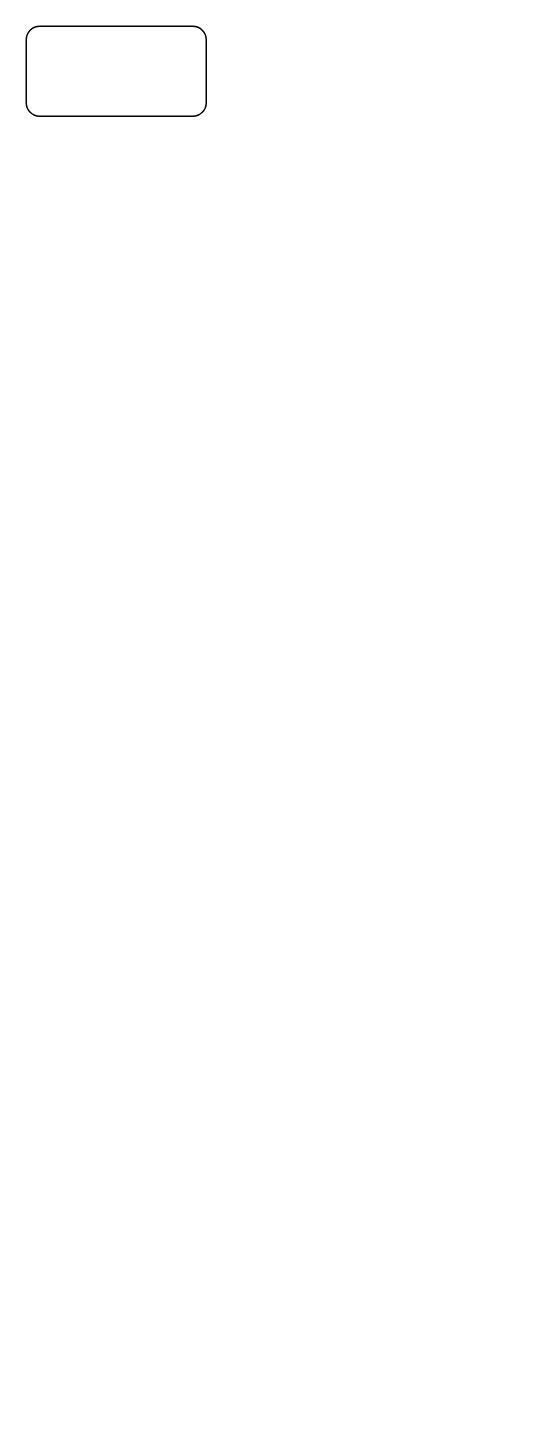
This is Project1.drawio from hellohumans1234321/Playground, a draw.io file, before an edit. Source tidied: cells renumbered, new cells numbered last; positions are measured from the earlier drawing's top-left corner, leaving out a move shared by most shapes. Both pictures are drawn from the tidied source at 150%, with x=0, y=0 at pixel (26, 26).
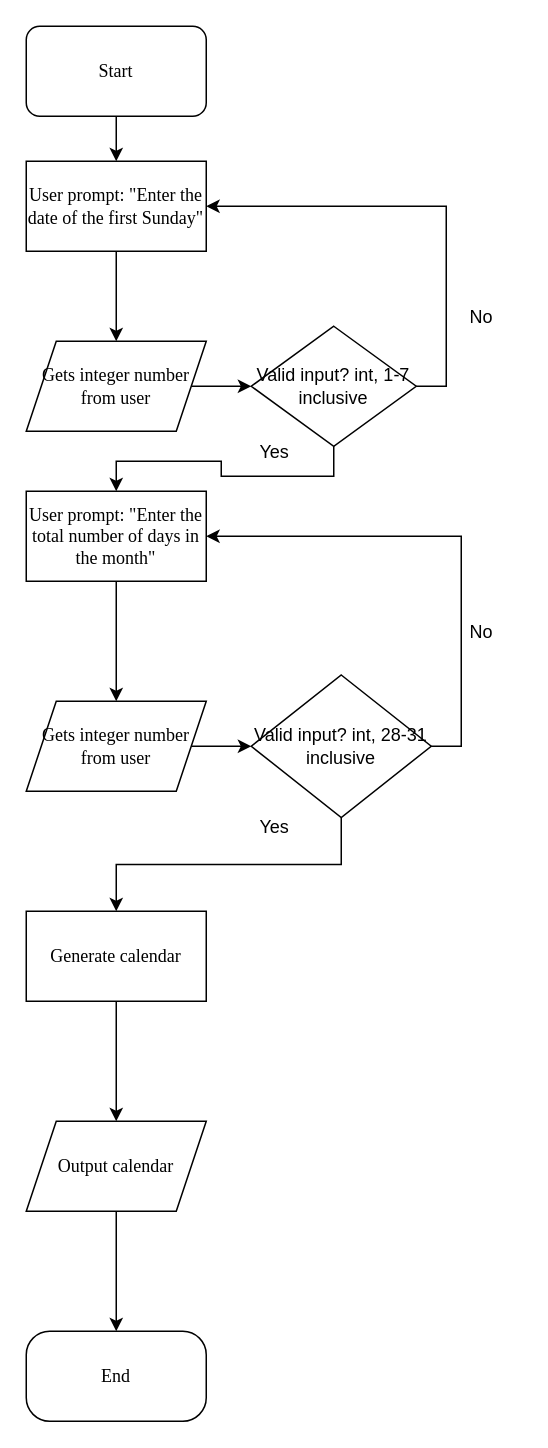
The same page after the edit.

The edit, as a diff of the source:
```diff
@@
+    <mxCell id="3" style="edgeStyle=orthogonalEdgeStyle;rounded=0;jettySize=auto;html=1;defaultLabelBackgroundColor=gap;" parent="1" edge="1" source="2" target="5">
+      <mxGeometry relative="1" as="geometry" />
+    </mxCell>
-    <mxCell id="2" style="rounded=1;whiteSpace=wrap;html=1;roundedPerimeter=1;" parent="1" vertex="1">
+    <mxCell id="2" value="&lt;font&gt;Start&lt;/font&gt;" style="rounded=1;whiteSpace=wrap;html=1;roundedPerimeter=1;fontFamily=Times New Roman;" parent="1" vertex="1">
       <mxGeometry width="120" height="60" as="geometry" />
     </mxCell>
+    <mxCell id="4" style="edgeStyle=orthogonalEdgeStyle;rounded=0;jettySize=auto;html=1;defaultLabelBackgroundColor=gap;" parent="1" edge="1" source="5" target="7">
+      <mxGeometry relative="1" as="geometry" />
+    </mxCell>
+    <mxCell id="5" value="User prompt: &quot;Enter the date of the first Sunday&quot;" style="whiteSpace=wrap;html=1;fontFamily=Times New Roman;rounded=1;roundedPerimeter=1;arcSize=0;" parent="1" vertex="1">
+      <mxGeometry y="90" width="120" height="60" as="geometry" />
+    </mxCell>
+    <mxCell id="6" style="edgeStyle=orthogonalEdgeStyle;rounded=0;jettySize=auto;html=1;defaultLabelBackgroundColor=gap;" parent="1" edge="1" source="7" target="14">
+      <mxGeometry relative="1" as="geometry" />
+    </mxCell>
+    <mxCell id="7" value="Gets integer number from user" style="shape=parallelogram;perimeter=parallelogramPerimeter;whiteSpace=wrap;html=1;shapeInside=1;fixedSize=1;fontFamily=Times New Roman;rounded=1;roundedPerimeter=1;arcSize=0;" parent="1" vertex="1">
+      <mxGeometry y="210" width="120" height="60" as="geometry" />
+    </mxCell>
+    <mxCell id="8" style="edgeStyle=orthogonalEdgeStyle;rounded=0;jettySize=auto;html=1;defaultLabelBackgroundColor=gap;" parent="1" edge="1" source="9" target="11">
+      <mxGeometry relative="1" as="geometry" />
+    </mxCell>
+    <mxCell id="9" value="User prompt: &quot;Enter the total number of days in the month&quot;" style="rounded=1;whiteSpace=wrap;html=1;fontFamily=Times New Roman;roundedPerimeter=1;arcSize=0;" parent="1" vertex="1">
+      <mxGeometry y="310" width="120" height="60" as="geometry" />
+    </mxCell>
+    <mxCell id="10" style="edgeStyle=orthogonalEdgeStyle;rounded=0;jettySize=auto;html=1;exitX=1;exitY=0.5;exitDx=0;exitDy=0;defaultLabelBackgroundColor=gap;" parent="1" edge="1" source="11" target="19">
+      <mxGeometry relative="1" as="geometry" />
+    </mxCell>
+    <mxCell id="11" value="Gets integer number from user" style="shape=parallelogram;perimeter=parallelogramPerimeter;whiteSpace=wrap;html=1;shapeInside=1;fixedSize=1;fontFamily=Times New Roman;rounded=1;roundedPerimeter=1;arcSize=0;" parent="1" vertex="1">
+      <mxGeometry y="450" width="120" height="60" as="geometry" />
+    </mxCell>
+    <mxCell id="12" style="edgeStyle=orthogonalEdgeStyle;rounded=0;jettySize=auto;html=1;exitX=0.5;exitY=1;exitDx=0;exitDy=0;entryX=0.5;entryY=0;entryDx=0;entryDy=0;defaultLabelBackgroundColor=gap;" parent="1" edge="1" source="14" target="9">
+      <mxGeometry relative="1" as="geometry" />
+    </mxCell>
+    <mxCell id="13" style="edgeStyle=orthogonalEdgeStyle;rounded=0;jettySize=auto;html=1;exitX=1;exitY=0.5;exitDx=0;exitDy=0;entryX=1;entryY=0.5;entryDx=0;entryDy=0;defaultLabelBackgroundColor=gap;" parent="1" edge="1" source="14" target="5">
+      <mxGeometry relative="1" as="geometry" />
+    </mxCell>
+    <mxCell id="14" value="Valid input? int, 1-7 inclusive" style="rhombus;whiteSpace=wrap;html=1;shapeInside=1;" parent="1" vertex="1">
+      <mxGeometry x="150" y="200" width="110" height="80" as="geometry" />
+    </mxCell>
+    <mxCell id="15" value="Yes" style="text;strokeColor=none;fillColor=none;spacingLeft=4;spacingRight=4;overflow=hidden;fontSize=12;whiteSpace=wrap;html=1;" parent="1" vertex="1">
+      <mxGeometry x="150" y="270" width="40" height="30" as="geometry" />
+    </mxCell>
+    <mxCell id="16" value="No" style="text;strokeColor=none;fillColor=none;spacingLeft=4;spacingRight=4;overflow=hidden;fontSize=12;whiteSpace=wrap;html=1;" parent="1" vertex="1">
+      <mxGeometry x="290" y="180" width="40" height="30" as="geometry" />
+    </mxCell>
+    <mxCell id="17" style="edgeStyle=orthogonalEdgeStyle;rounded=0;jettySize=auto;html=1;exitX=0.5;exitY=1;exitDx=0;exitDy=0;entryX=0.5;entryY=0;entryDx=0;entryDy=0;defaultLabelBackgroundColor=gap;" parent="1" edge="1" source="19" target="21">
+      <mxGeometry relative="1" as="geometry" />
+    </mxCell>
+    <mxCell id="18" style="edgeStyle=orthogonalEdgeStyle;rounded=0;jettySize=auto;html=1;exitX=1;exitY=0.5;exitDx=0;exitDy=0;entryX=1;entryY=0.5;entryDx=0;entryDy=0;defaultLabelBackgroundColor=gap;" parent="1" edge="1" source="19" target="9">
+      <mxGeometry relative="1" as="geometry" />
+    </mxCell>
+    <mxCell id="19" value="Valid input? int, 28-31 inclusive" style="rhombus;whiteSpace=wrap;html=1;shapeInside=1;" parent="1" vertex="1">
+      <mxGeometry x="150" y="432.5" width="120" height="95" as="geometry" />
+    </mxCell>
+    <mxCell id="20" style="edgeStyle=orthogonalEdgeStyle;rounded=0;jettySize=auto;html=1;defaultLabelBackgroundColor=gap;" parent="1" edge="1" source="21" target="25">
+      <mxGeometry relative="1" as="geometry" />
+    </mxCell>
+    <mxCell id="21" value="Generate calendar" style="whiteSpace=wrap;html=1;fontFamily=Times New Roman;rounded=1;roundedPerimeter=1;arcSize=0;" parent="1" vertex="1">
+      <mxGeometry y="590" width="120" height="60" as="geometry" />
+    </mxCell>
+    <mxCell id="22" value="Yes" style="text;strokeColor=none;fillColor=none;spacingLeft=4;spacingRight=4;overflow=hidden;fontSize=12;whiteSpace=wrap;html=1;" parent="1" vertex="1">
+      <mxGeometry x="150" y="520" width="40" height="30" as="geometry" />
+    </mxCell>
+    <mxCell id="23" value="No" style="text;strokeColor=none;fillColor=none;spacingLeft=4;spacingRight=4;overflow=hidden;fontSize=12;whiteSpace=wrap;html=1;" parent="1" vertex="1">
+      <mxGeometry x="290" y="390" width="40" height="30" as="geometry" />
+    </mxCell>
+    <mxCell id="24" style="edgeStyle=orthogonalEdgeStyle;rounded=0;jettySize=auto;html=1;defaultLabelBackgroundColor=gap;" parent="1" edge="1" source="25" target="26">
+      <mxGeometry relative="1" as="geometry" />
+    </mxCell>
+    <mxCell id="25" value="Output calendar" style="shape=parallelogram;perimeter=parallelogramPerimeter;whiteSpace=wrap;html=1;shapeInside=1;fixedSize=1;fontFamily=Times New Roman;rounded=1;roundedPerimeter=1;arcSize=0;" parent="1" vertex="1">
+      <mxGeometry y="730" width="120" height="60" as="geometry" />
+    </mxCell>
+    <mxCell id="26" value="End" style="whiteSpace=wrap;html=1;fontFamily=Times New Roman;rounded=1;roundedPerimeter=1;arcSize=26;" parent="1" vertex="1">
+      <mxGeometry y="870" width="120" height="60" as="geometry" />
+    </mxCell>
```
